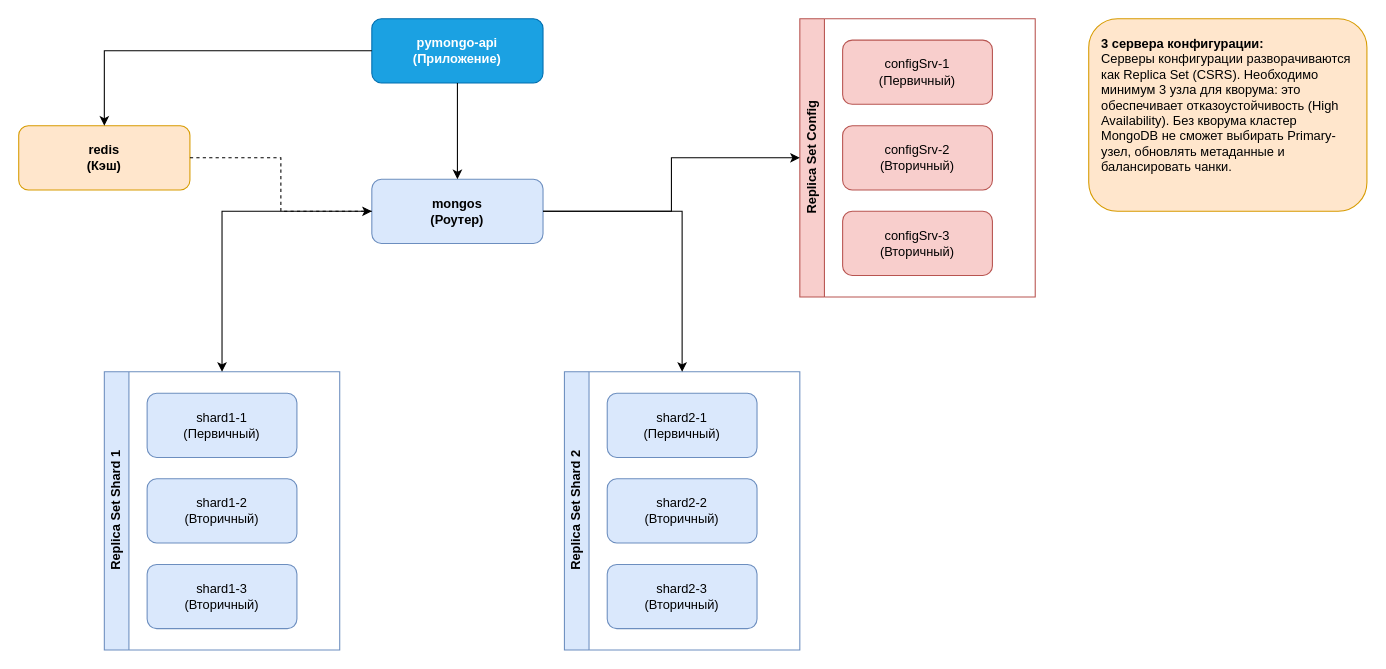
Before: page "3. Caching" (3 of 5) of diagrams/task1.drawio in akrasnikov-practicum-yandex/architecture-black_friday, a draw.io diagram. Source tidied: cells renumbered, new cells numbered last; positions are measured from the earlier drawing's top-left corner, leaving out a move shared by most shapes. Both pictures are drawn from the tidied source at 107%, with x=0, y=0 at pixel (18, 18).
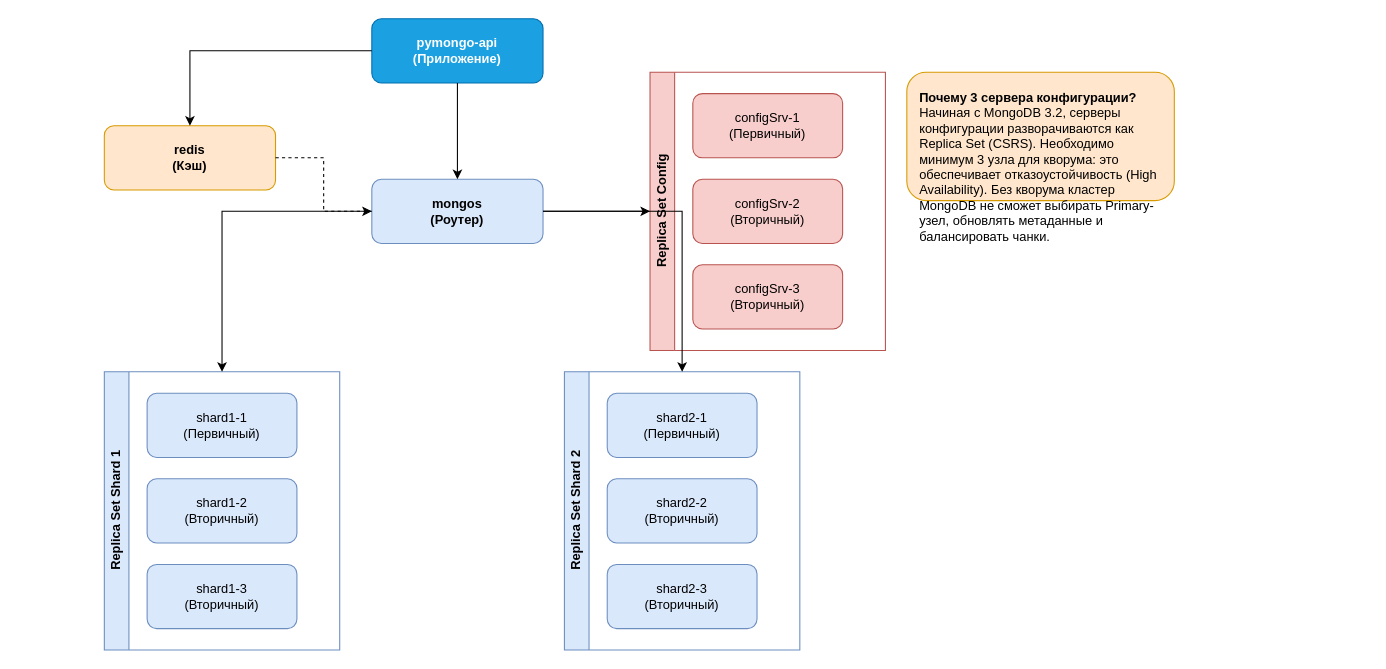
After the change.

Change to the diagram source:
```diff
@@
     <mxCell id="3" value="redis&lt;br&gt;(Кэш)" style="rounded=1;whiteSpace=wrap;html=1;fillColor=#ffe6cc;strokeColor=#d79b00;fontStyle=1;" parent="1" vertex="1">
-      <mxGeometry y="100" width="160" height="60" as="geometry" />
+      <mxGeometry x="80" y="100" width="160" height="60" as="geometry" />
     </mxCell>
@@
     <mxCell id="5" value="Replica Set Config" style="swimlane;horizontal=0;whiteSpace=wrap;html=1;fillColor=#f8cecc;strokeColor=#b85450;fontStyle=1;" parent="1" vertex="1">
-      <mxGeometry x="730" width="220" height="260" as="geometry" />
+      <mxGeometry x="590" y="50" width="220" height="260" as="geometry" />
     </mxCell>
@@
+    <mxCell id="24" value="&lt;b&gt;Почему 3 сервера конфигурации?&lt;/b&gt;&lt;br&gt;Начиная с MongoDB 3.2, серверы конфигурации разворачиваются как Replica Set (CSRS). Необходимо минимум 3 узла для кворума: это обеспечивает отказоустойчивость (High Availability). Без кворума кластер MongoDB не сможет выбирать Primary-узел, обновлять метаданные и балансировать чанки." style="text;html=1;strokeColor=#d79b00;fillColor=#ffe6cc;align=left;verticalAlign=top;whiteSpace=wrap;rounded=1;fontColor=#000000;spacingLeft=10;spacingTop=10;spacingRight=10;spacingBottom=10;" parent="1" vertex="1">
+      <mxGeometry x="830" y="50" width="250" height="120" as="geometry" />
+    </mxCell>
@@
-    <mxCell id="23" value="&lt;b&gt;3 сервера конфигурации:&lt;/b&gt;&lt;br&gt;Cерверы конфигурации разворачиваются как Replica Set (CSRS). Необходимо минимум 3 узла для кворума: это обеспечивает отказоустойчивость (High Availability). Без кворума кластер MongoDB не сможет выбирать Primary-узел, обновлять метаданные и балансировать чанки." style="text;html=1;strokeColor=#d79b00;fillColor=#ffe6cc;align=left;verticalAlign=top;whiteSpace=wrap;rounded=1;fontColor=#000000;spacingLeft=10;spacingTop=10;spacingRight=10;spacingBottom=10;" parent="1" vertex="1">
-      <mxGeometry x="1000" width="260" height="180" as="geometry" />
-    </mxCell>
```
